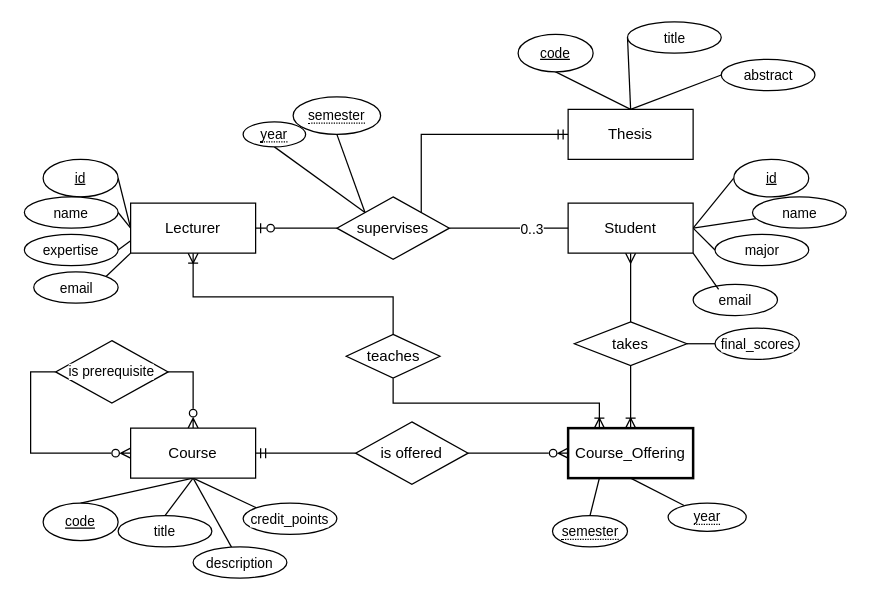
This is ERD/A3-Quiz2-ERD1.drawio from tuanrmit/ISYS3414, a draw.io file, before an edit. Source tidied: cells renumbered, new cells numbered last; positions are measured from the earlier drawing's top-left corner, leaving out a move shared by most shapes. Both pictures are drawn from the tidied source at 125%, with x=0, y=0 at pixel (24, 21).
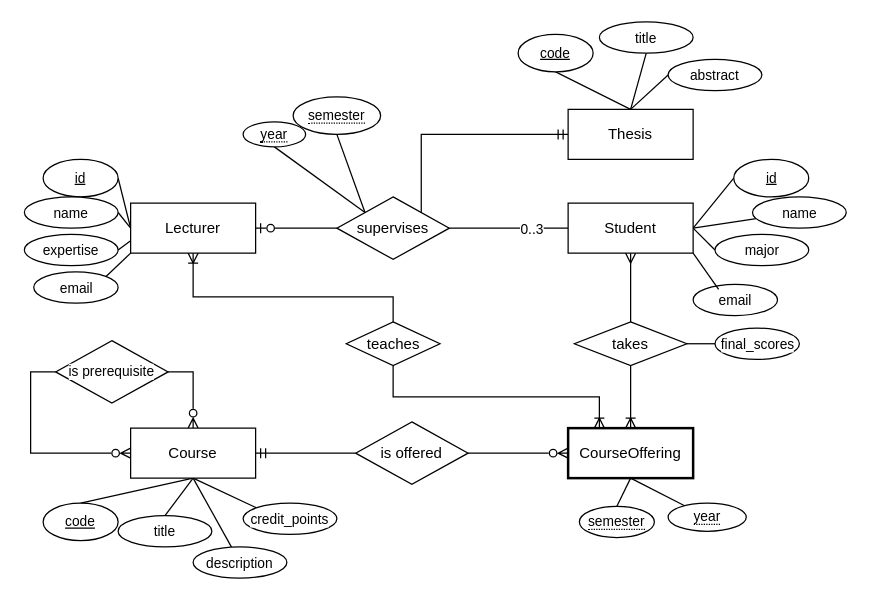
Above is the later version.

Unchanged cells that the change refers to:
```xml
<mxCell id="50" value="Thesis" style="whiteSpace=wrap;html=1;align=center;" parent="1" vertex="1">
  <mxGeometry x="435" y="70" width="100" height="40" as="geometry" />
</mxCell>
```

The edit, as a diff of the source:
```diff
@@
-    <mxCell id="21" style="edgeStyle=none;shape=connector;rounded=0;jettySize=auto;html=1;exitX=0.25;exitY=1;exitDx=0;exitDy=0;strokeColor=default;align=center;verticalAlign=middle;fontFamily=Helvetica;fontSize=11;fontColor=default;labelBackgroundColor=default;endArrow=none;endFill=0;entryX=0.5;entryY=0;entryDx=0;entryDy=0;" parent="1" edge="1" source="23" target="35">
+    <mxCell id="21" style="edgeStyle=none;shape=connector;rounded=0;jettySize=auto;html=1;exitX=0.5;exitY=1;exitDx=0;exitDy=0;strokeColor=default;align=center;verticalAlign=middle;fontFamily=Helvetica;fontSize=11;fontColor=default;labelBackgroundColor=default;endArrow=none;endFill=0;entryX=0.5;entryY=0;entryDx=0;entryDy=0;" parent="1" edge="1" source="23" target="35">
       <mxGeometry relative="1" as="geometry" />
     </mxCell>
@@
-    <mxCell id="23" value="Course_Offering" style="whiteSpace=wrap;html=1;align=center;strokeWidth=2;" parent="1" vertex="1">
+    <mxCell id="23" value="CourseOffering" style="whiteSpace=wrap;html=1;align=center;strokeWidth=2;" parent="1" vertex="1">
       <mxGeometry x="435" y="325" width="100" height="40" as="geometry" />
     </mxCell>
@@
     <mxCell id="27" value="teaches" style="shape=rhombus;perimeter=rhombusPerimeter;whiteSpace=wrap;html=1;align=center;" parent="1" vertex="1">
-      <mxGeometry x="257.5" y="250" width="75" height="35" as="geometry" />
+      <mxGeometry x="257.5" y="240" width="75" height="35" as="geometry" />
     </mxCell>
@@
     <mxCell id="35" value="&lt;span style=&quot;border-bottom: 1px dotted&quot;&gt;semester&lt;/span&gt;" style="ellipse;whiteSpace=wrap;html=1;align=center;fontFamily=Helvetica;fontSize=11;fontColor=default;labelBackgroundColor=default;" parent="1" vertex="1">
-      <mxGeometry x="422.5" y="395" width="60" height="25" as="geometry" />
+      <mxGeometry x="444" y="387.5" width="60" height="25" as="geometry" />
     </mxCell>
@@
-    <mxCell id="52" style="edgeStyle=none;shape=connector;rounded=0;jettySize=auto;html=1;exitX=0;exitY=0.5;exitDx=0;exitDy=0;entryX=0.5;entryY=0;entryDx=0;entryDy=0;strokeColor=default;align=center;verticalAlign=middle;fontFamily=Helvetica;fontSize=11;fontColor=default;labelBackgroundColor=default;endArrow=none;endFill=0;" parent="1" edge="1" source="53" target="50">
+    <mxCell id="52" style="edgeStyle=none;shape=connector;rounded=0;jettySize=auto;html=1;exitX=0.5;exitY=1;exitDx=0;exitDy=0;entryX=0.5;entryY=0;entryDx=0;entryDy=0;strokeColor=default;align=center;verticalAlign=middle;fontFamily=Helvetica;fontSize=11;fontColor=default;labelBackgroundColor=default;endArrow=none;endFill=0;" parent="1" edge="1" source="53" target="50">
       <mxGeometry relative="1" as="geometry" />
     </mxCell>
     <mxCell id="53" value="title" style="ellipse;whiteSpace=wrap;html=1;align=center;fontFamily=Helvetica;fontSize=11;fontColor=default;labelBackgroundColor=default;" parent="1" vertex="1">
-      <mxGeometry x="482.5" width="75" height="25" as="geometry" />
+      <mxGeometry x="460" width="75" height="25" as="geometry" />
     </mxCell>
     <mxCell id="54" value="abstract" style="ellipse;whiteSpace=wrap;html=1;align=center;fontFamily=Helvetica;fontSize=11;fontColor=default;labelBackgroundColor=default;" parent="1" vertex="1">
-      <mxGeometry x="557.5" y="30" width="75" height="25" as="geometry" />
+      <mxGeometry x="515" y="30" width="75" height="25" as="geometry" />
     </mxCell>
```
